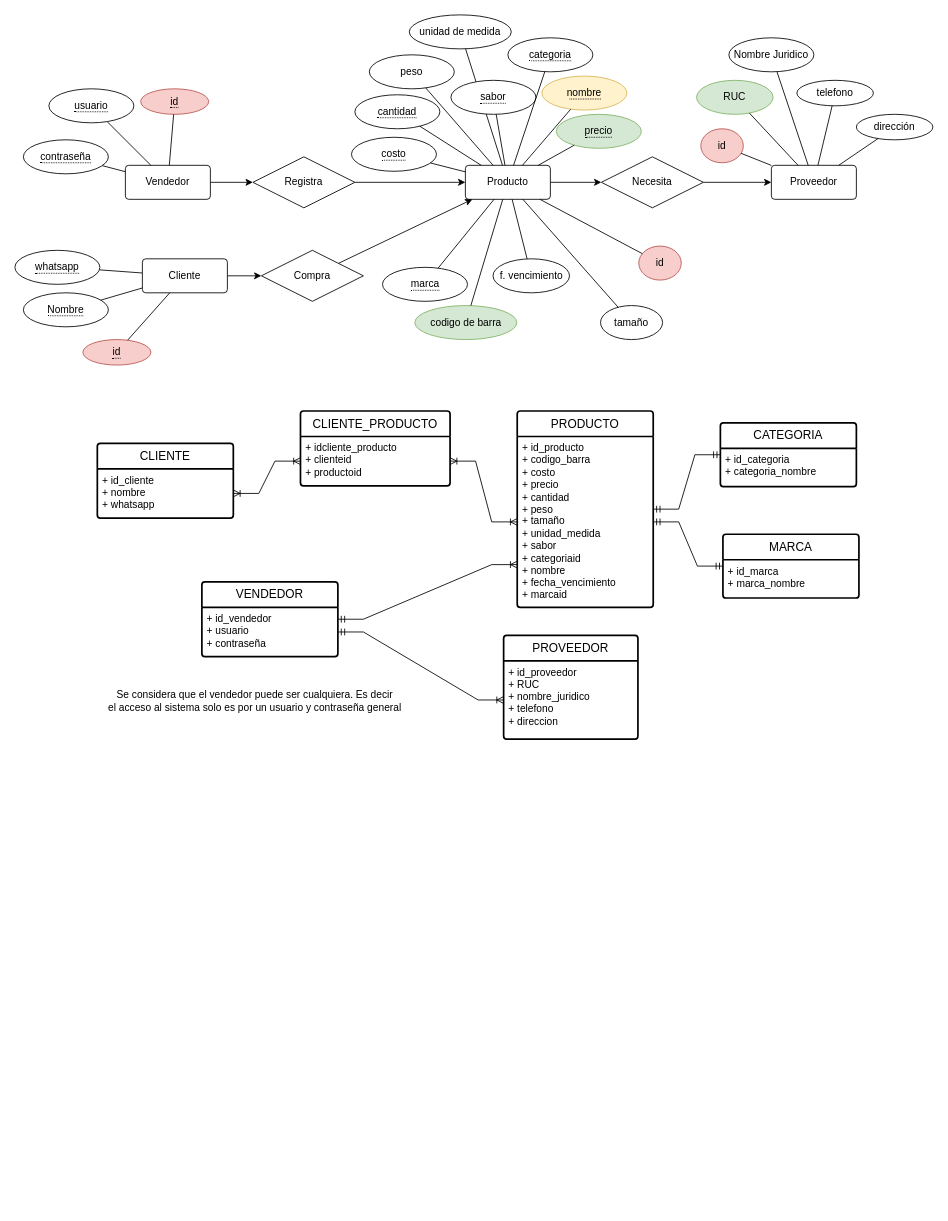
Earlier version of the draw.io diagram database/Diagrama ministore.drawio (epaniaguam/ministore). Source tidied: cells renumbered, new cells numbered last; positions are measured from the earlier drawing's top-left corner, leaving out a move shared by most shapes. Both pictures are drawn from the tidied source at 85%, with x=0, y=0 at pixel (14, 14).
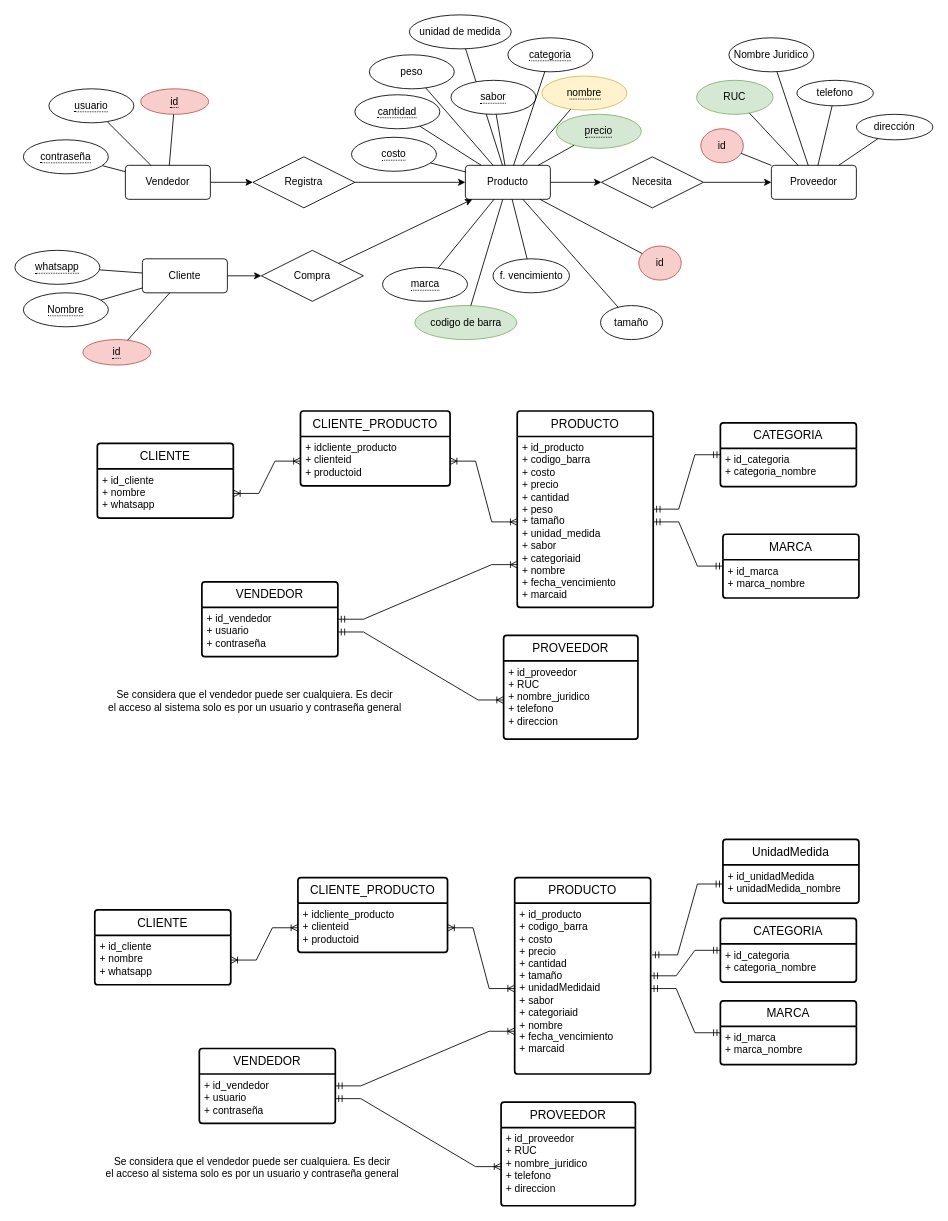
The same page after the edit.

The edit, as a diff of the source:
```diff
@@
+    <mxCell id="84" value="PRODUCTO" style="swimlane;horizontal=1;startSize=30;rounded=1;fontSize=14;fontStyle=0;strokeWidth=2;shadow=0;dashed=0;align=center;arcSize=4;whiteSpace=wrap;html=1;" parent="1" vertex="1">
+      <mxGeometry x="588" y="1015" width="160" height="231" as="geometry" />
+    </mxCell>
+    <mxCell id="85" value="+ id_producto&lt;br&gt;+ codigo_barra&lt;br&gt;+ costo&lt;br&gt;+ precio&lt;br&gt;+ cantidad&lt;br&gt;+ tamaño&lt;br&gt;+ unidadMedidaid&lt;br&gt;+ sabor&lt;br&gt;+ categoriaid&lt;br&gt;+ nombre&lt;br&gt;+ fecha_vencimiento&lt;br&gt;+ marcaid" style="align=left;strokeColor=none;fillColor=none;spacingLeft=4;fontSize=12;verticalAlign=top;html=1;" parent="84" vertex="1">
+      <mxGeometry y="30" width="160" height="201" as="geometry" />
+    </mxCell>
+    <mxCell id="86" value="CATEGORIA" style="swimlane;horizontal=1;startSize=30;rounded=1;fontSize=14;fontStyle=0;strokeWidth=2;shadow=0;dashed=0;align=center;arcSize=4;whiteSpace=wrap;html=1;" parent="1" vertex="1">
+      <mxGeometry x="830" y="1063" width="160" height="75" as="geometry" />
+    </mxCell>
+    <mxCell id="87" value="+ id_categoria&lt;br&gt;+ categoria_nombre" style="align=left;strokeColor=none;fillColor=none;spacingLeft=4;fontSize=12;verticalAlign=top;html=1;" parent="86" vertex="1">
+      <mxGeometry y="30" width="160" height="45" as="geometry" />
+    </mxCell>
+    <mxCell id="88" style="edgeStyle=entityRelationEdgeStyle;fontSize=12;html=1;endArrow=ERmandOne;startArrow=ERmandOne;rounded=0;" parent="1" edge="1" source="84" target="86">
+      <mxGeometry relative="1" as="geometry" />
+    </mxCell>
+    <mxCell id="89" value="MARCA" style="swimlane;horizontal=1;startSize=30;rounded=1;fontSize=14;fontStyle=0;strokeWidth=2;shadow=0;dashed=0;align=center;arcSize=4;whiteSpace=wrap;html=1;" parent="1" vertex="1">
+      <mxGeometry x="830" y="1160" width="160" height="75" as="geometry" />
+    </mxCell>
+    <mxCell id="90" value="+ id_marca&lt;br&gt;+ marca_nombre" style="align=left;strokeColor=none;fillColor=none;spacingLeft=4;fontSize=12;verticalAlign=top;html=1;" parent="89" vertex="1">
+      <mxGeometry y="30" width="160" height="45" as="geometry" />
+    </mxCell>
+    <mxCell id="91" style="edgeStyle=entityRelationEdgeStyle;fontSize=12;html=1;endArrow=ERmandOne;startArrow=ERmandOne;rounded=0;" parent="1" edge="1" source="85" target="89">
+      <mxGeometry relative="1" as="geometry" />
+    </mxCell>
+    <mxCell id="92" value="VENDEDOR" style="swimlane;horizontal=1;startSize=30;rounded=1;fontSize=14;fontStyle=0;strokeWidth=2;shadow=0;dashed=0;align=center;arcSize=4;whiteSpace=wrap;html=1;" parent="1" vertex="1">
+      <mxGeometry x="217" y="1216" width="160" height="88" as="geometry" />
+    </mxCell>
+    <mxCell id="93" value="+ id_vendedor&lt;br&gt;+ usuario&lt;br&gt;+ contraseña" style="align=left;strokeColor=none;fillColor=none;spacingLeft=4;fontSize=12;verticalAlign=top;html=1;" parent="92" vertex="1">
+      <mxGeometry y="30" width="160" height="58" as="geometry" />
+    </mxCell>
+    <mxCell id="94" style="edgeStyle=entityRelationEdgeStyle;fontSize=12;html=1;endArrow=ERoneToMany;startArrow=ERmandOne;rounded=0;entryX=0;entryY=0.75;entryDx=0;entryDy=0;" parent="1" edge="1" source="92" target="85">
+      <mxGeometry relative="1" as="geometry" />
+    </mxCell>
+    <mxCell id="95" value="CLIENTE" style="swimlane;horizontal=1;startSize=30;rounded=1;fontSize=14;fontStyle=0;strokeWidth=2;shadow=0;dashed=0;align=center;arcSize=4;whiteSpace=wrap;html=1;" parent="1" vertex="1">
+      <mxGeometry x="94" y="1053" width="160" height="88" as="geometry" />
+    </mxCell>
+    <mxCell id="96" value="+ id_cliente&lt;br&gt;+ nombre&lt;br&gt;+ whatsapp" style="align=left;strokeColor=none;fillColor=none;spacingLeft=4;fontSize=12;verticalAlign=top;html=1;" parent="95" vertex="1">
+      <mxGeometry y="30" width="160" height="58" as="geometry" />
+    </mxCell>
+    <mxCell id="97" style="edgeStyle=entityRelationEdgeStyle;fontSize=12;html=1;endArrow=ERoneToMany;startArrow=ERoneToMany;rounded=0;" parent="1" edge="1" source="99" target="85">
+      <mxGeometry relative="1" as="geometry" />
+    </mxCell>
+    <mxCell id="98" value="CLIENTE_PRODUCTO" style="swimlane;horizontal=1;startSize=30;rounded=1;fontSize=14;fontStyle=0;strokeWidth=2;shadow=0;dashed=0;align=center;arcSize=4;whiteSpace=wrap;html=1;" parent="1" vertex="1">
+      <mxGeometry x="333" y="1015" width="176" height="88" as="geometry" />
+    </mxCell>
+    <mxCell id="99" value="+ idcliente_producto&lt;br&gt;+ clienteid&lt;br&gt;+ productoid" style="align=left;strokeColor=none;fillColor=none;spacingLeft=4;fontSize=12;verticalAlign=top;html=1;" parent="98" vertex="1">
+      <mxGeometry y="30" width="176" height="58" as="geometry" />
+    </mxCell>
+    <mxCell id="100" style="edgeStyle=entityRelationEdgeStyle;fontSize=12;html=1;endArrow=ERoneToMany;startArrow=ERoneToMany;rounded=0;" parent="1" edge="1" source="96" target="99">
+      <mxGeometry relative="1" as="geometry" />
+    </mxCell>
+    <mxCell id="101" value="PROVEEDOR" style="swimlane;horizontal=1;startSize=30;rounded=1;fontSize=14;fontStyle=0;strokeWidth=2;shadow=0;dashed=0;align=center;arcSize=4;whiteSpace=wrap;html=1;" parent="1" vertex="1">
+      <mxGeometry x="572" y="1279" width="158" height="122" as="geometry" />
+    </mxCell>
+    <mxCell id="102" value="+ id_proveedor&lt;br&gt;+ RUC&lt;br&gt;+ nombre_juridico&lt;br&gt;+ telefono&lt;br&gt;+ direccion" style="align=left;strokeColor=none;fillColor=none;spacingLeft=4;fontSize=12;verticalAlign=top;html=1;" parent="101" vertex="1">
+      <mxGeometry y="30" width="158" height="92" as="geometry" />
+    </mxCell>
+    <mxCell id="103" style="edgeStyle=entityRelationEdgeStyle;fontSize=12;html=1;endArrow=ERoneToMany;startArrow=ERmandOne;rounded=0;" parent="1" edge="1" source="93" target="102">
+      <mxGeometry relative="1" as="geometry" />
+    </mxCell>
+    <mxCell id="104" value="Se considera que el vendedor puede ser cualquiera. Es decir&lt;br&gt;el acceso al sistema solo es por un usuario y contraseña general" style="text;html=1;align=center;verticalAlign=middle;strokeColor=none;fillColor=none;" parent="1" vertex="1">
+      <mxGeometry x="97" y="1335" width="363" height="41" as="geometry" />
+    </mxCell>
+    <mxCell id="105" value="UnidadMedida" style="swimlane;horizontal=1;startSize=30;rounded=1;fontSize=14;fontStyle=0;strokeWidth=2;shadow=0;dashed=0;align=center;arcSize=4;whiteSpace=wrap;html=1;" parent="1" vertex="1">
+      <mxGeometry x="833" y="970" width="160" height="75" as="geometry" />
+    </mxCell>
+    <mxCell id="106" value="+ id_unidadMedida&lt;br&gt;+ unidadMedida_nombre" style="align=left;strokeColor=none;fillColor=none;spacingLeft=4;fontSize=12;verticalAlign=top;html=1;" parent="105" vertex="1">
+      <mxGeometry y="30" width="160" height="45" as="geometry" />
+    </mxCell>
+    <mxCell id="107" style="edgeStyle=entityRelationEdgeStyle;fontSize=12;html=1;endArrow=ERmandOne;startArrow=ERmandOne;rounded=0;exitX=1.01;exitY=0.303;exitDx=0;exitDy=0;exitPerimeter=0;" parent="1" edge="1" source="85" target="106">
+      <mxGeometry relative="1" as="geometry" />
+    </mxCell>
```
